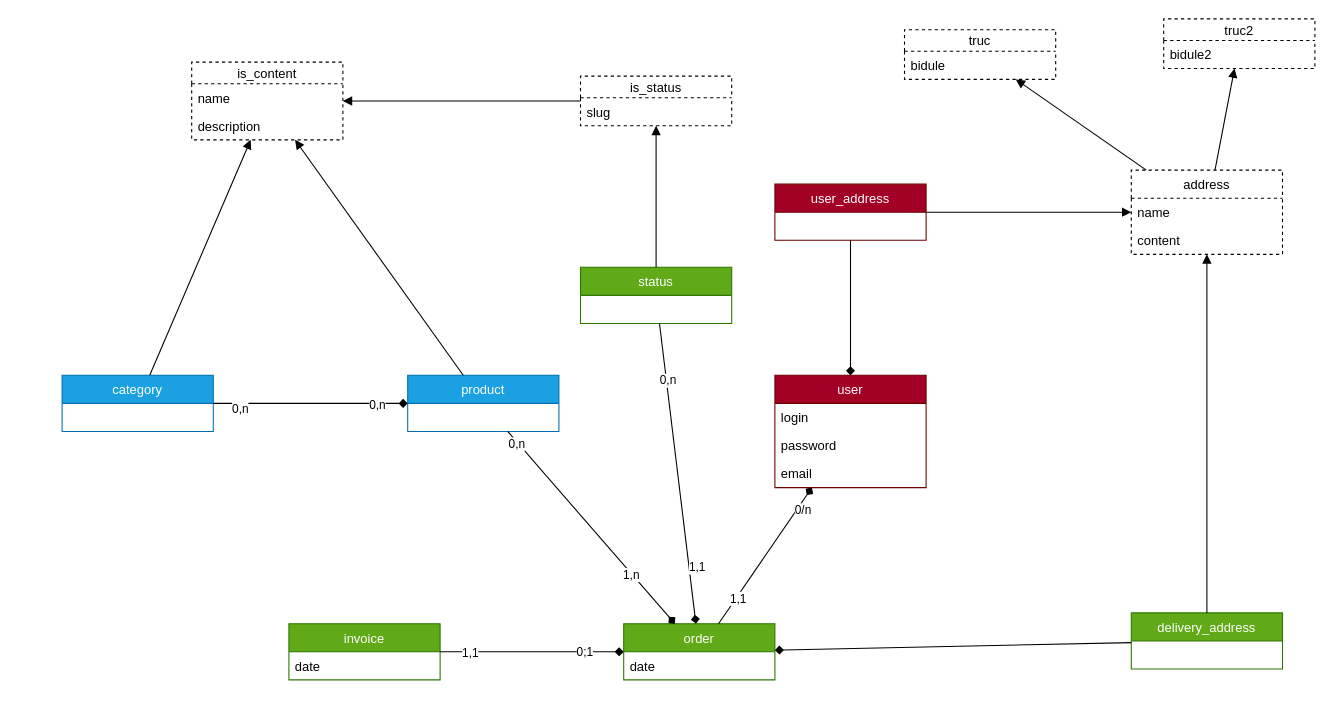
Earlier version of the draw.io diagram demo/ecommerce.drawio (deljdlx/drawio-to-sql). Source tidied: cells renumbered, new cells numbered last; positions are measured from the earlier drawing's top-left corner, leaving out a move shared by most shapes. Both pictures are drawn from the tidied source at 108%, with x=0, y=0 at pixel (62, 18).
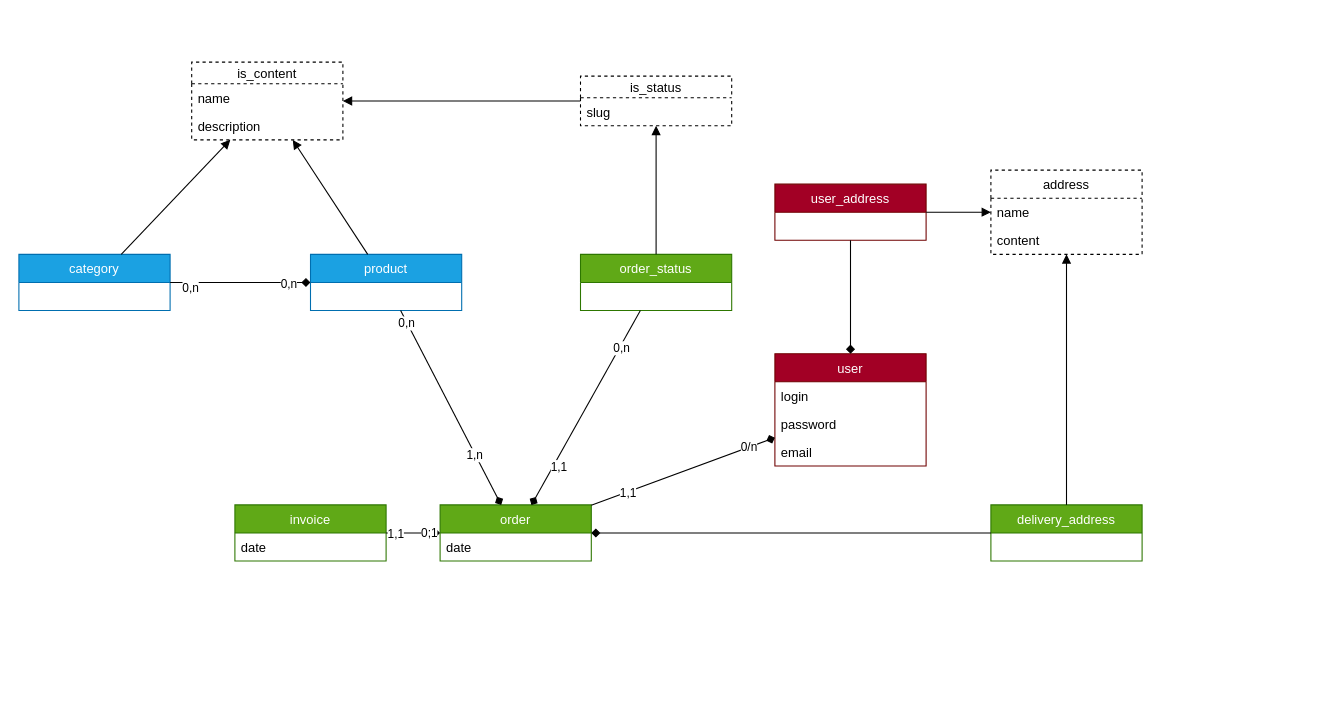
The same diagram, later.

What changed in the source:
```diff
@@
     <mxCell id="2" value="product" style="swimlane;fontStyle=0;horizontal=1;startSize=26;fillColor=#1ba1e2;strokeColor=#006EAF;fontColor=#ffffff;" parent="1" vertex="1">
-      <mxGeometry x="320" y="330" width="140" height="52" as="geometry" />
+      <mxGeometry x="230" y="218" width="140" height="52" as="geometry" />
     </mxCell>
     <mxCell id="3" value="user" style="swimlane;fontStyle=0;horizontal=1;startSize=26;fillColor=#a20025;strokeColor=#6F0000;fontColor=#ffffff;" parent="1" vertex="1">
-      <mxGeometry x="660" y="330" width="140" height="104" as="geometry" />
+      <mxGeometry x="660" y="310" width="140" height="104" as="geometry" />
     </mxCell>
@@
     <mxCell id="7" value="order" style="swimlane;fontStyle=0;horizontal=1;startSize=26;fillColor=#60a917;strokeColor=#2D7600;fontColor=#ffffff;" parent="1" vertex="1">
-      <mxGeometry x="520" y="560" width="140" height="52" as="geometry" />
+      <mxGeometry x="350" y="450" width="140" height="52" as="geometry" />
     </mxCell>
@@
-    <mxCell id="15" value="status" style="swimlane;fontStyle=0;horizontal=1;startSize=26;fillColor=#60a917;strokeColor=#2D7600;fontColor=#ffffff;" parent="1" vertex="1">
-      <mxGeometry x="480" y="230" width="140" height="52" as="geometry" />
+    <mxCell id="15" value="order_status" style="swimlane;fontStyle=0;horizontal=1;startSize=26;fillColor=#60a917;strokeColor=#2D7600;fontColor=#ffffff;" parent="1" vertex="1">
+      <mxGeometry x="480" y="218" width="140" height="52" as="geometry" />
     </mxCell>
@@
     <mxCell id="19" value="address" style="swimlane;fontStyle=0;horizontal=1;startSize=26;dashed=1;" parent="1" vertex="1">
-      <mxGeometry x="990" y="140" width="140" height="78" as="geometry" />
+      <mxGeometry x="860" y="140" width="140" height="78" as="geometry" />
     </mxCell>
@@
     <mxCell id="22" value="delivery_address" style="swimlane;fontStyle=0;horizontal=1;startSize=26;fillColor=#60a917;strokeColor=#2D7600;fontColor=#ffffff;" parent="1" vertex="1">
-      <mxGeometry x="990" y="550" width="140" height="52" as="geometry" />
+      <mxGeometry x="860" y="450" width="140" height="52" as="geometry" />
     </mxCell>
@@
     <mxCell id="28" value="category" style="swimlane;fontStyle=0;horizontal=1;startSize=26;fillColor=#1ba1e2;strokeColor=#006EAF;fontColor=#ffffff;" parent="1" vertex="1">
-      <mxGeometry y="330" width="140" height="52" as="geometry" />
+      <mxGeometry x="-40" y="218" width="140" height="52" as="geometry" />
     </mxCell>
@@
     <mxCell id="32" value="invoice" style="swimlane;fontStyle=0;horizontal=1;startSize=26;fillColor=#60a917;strokeColor=#2D7600;fontColor=#ffffff;" parent="1" vertex="1">
-      <mxGeometry x="210" y="560" width="140" height="52" as="geometry" />
+      <mxGeometry x="160" y="450" width="140" height="52" as="geometry" />
     </mxCell>
@@
-    <mxCell id="37" value="truc" style="swimlane;fontStyle=0;horizontal=1;startSize=20;dashed=1;" parent="1" vertex="1">
-      <mxGeometry x="780" y="10" width="140" height="46" as="geometry" />
-    </mxCell>
-    <mxCell id="38" value="bidule" style="text;strokeColor=none;fillColor=none;align=left;verticalAlign=top;spacingLeft=4;spacingRight=4;overflow=hidden;" parent="37" vertex="1">
-      <mxGeometry y="20" width="140" height="26" as="geometry" />
-    </mxCell>
-    <mxCell id="39" style="endArrow=block;html=1;endFill=1;" parent="1" edge="1" source="19" target="37">
-      <mxGeometry relative="1" as="geometry" />
-    </mxCell>
-    <mxCell id="40" value="truc2" style="swimlane;fontStyle=0;horizontal=1;startSize=20;dashed=1;" parent="1" vertex="1">
-      <mxGeometry x="1020" width="140" height="46" as="geometry" />
-    </mxCell>
-    <mxCell id="41" value="bidule2" style="text;strokeColor=none;fillColor=none;align=left;verticalAlign=top;spacingLeft=4;spacingRight=4;overflow=hidden;" parent="40" vertex="1">
-      <mxGeometry y="20" width="140" height="26" as="geometry" />
-    </mxCell>
-    <mxCell id="42" style="endArrow=block;html=1;endFill=1;" parent="1" edge="1" source="19" target="40">
-      <mxGeometry relative="1" as="geometry" />
-    </mxCell>
```
